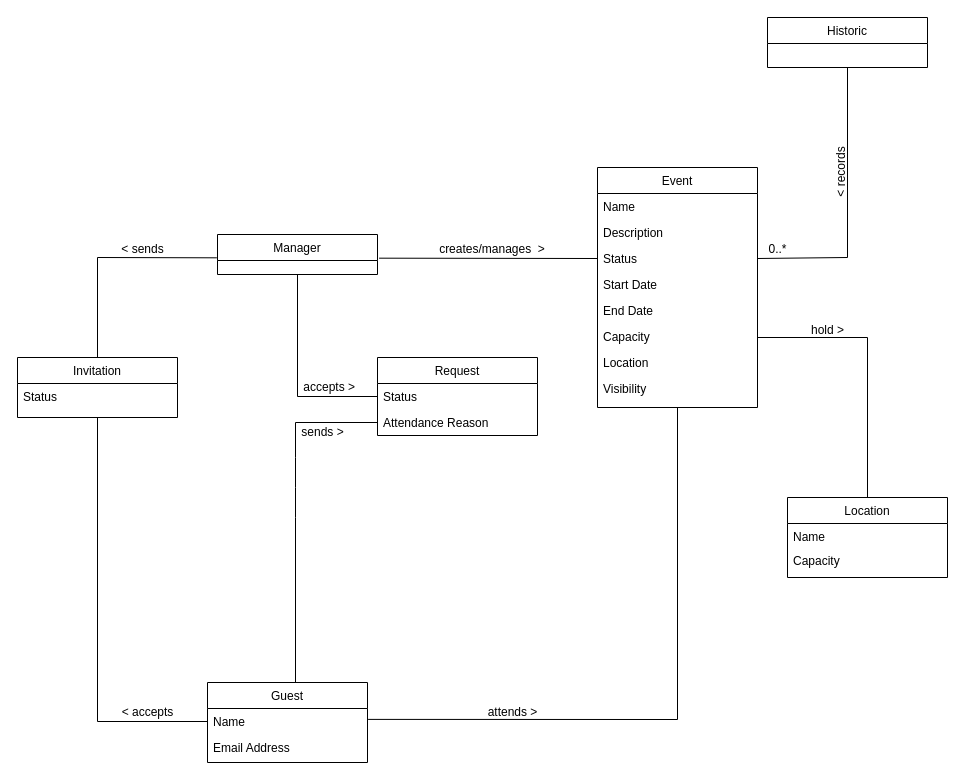
Before: Docs/Assignment1/DCA_Domain_Model.drawio in juskis4/ViaEventAssociation, a draw.io diagram. Source tidied: cells renumbered, new cells numbered last; positions are measured from the earlier drawing's top-left corner, leaving out a move shared by most shapes. Both pictures are drawn from the tidied source at 100%, with x=0, y=0 at pixel (17, 17).
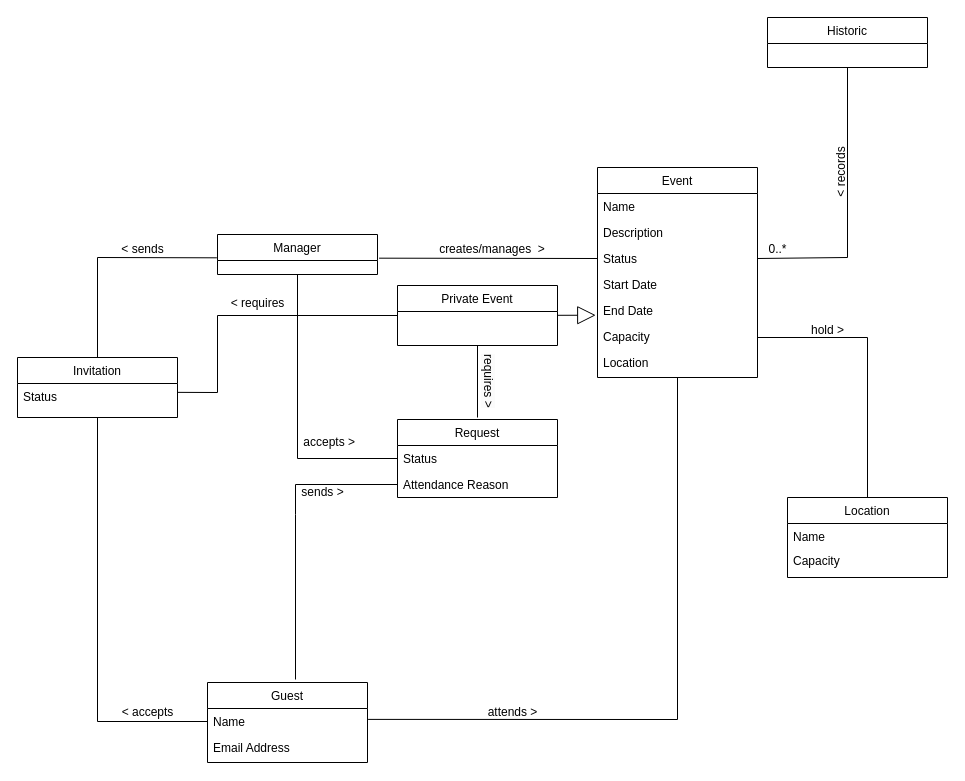
After the change.

Commit message (it also covers changes not shown here):
update domain model

update domain model to have private event for guest and manager assosiation

The change refers to these unchanged cells:
```xml
<mxCell id="5" value="Manager" style="swimlane;fontStyle=0;align=center;verticalAlign=top;horizontal=1;startSize=26;rounded=0;shadow=0;strokeWidth=1;" parent="1" vertex="1">
  <mxGeometry x="200" y="217" width="160" height="40" as="geometry" />
</mxCell>
<mxCell id="7" value="Status" style="text;align=left;verticalAlign=top;spacingLeft=4;spacingRight=4;overflow=hidden;points=[[0,0.5],[1,0.5]];portConstraint=eastwest;" parent="6" vertex="1">
  <mxGeometry y="26" width="160" height="26" as="geometry" />
</mxCell>
<mxCell id="13" value="End Date" style="text;align=left;verticalAlign=top;spacingLeft=4;spacingRight=4;overflow=hidden;points=[[0,0.5],[1,0.5]];portConstraint=eastwest;rounded=0;shadow=0;html=0;" parent="8" vertex="1">
  <mxGeometry y="130" width="160" height="26" as="geometry" />
</mxCell>
<mxCell id="33" value="Status" style="text;align=left;verticalAlign=top;spacingLeft=4;spacingRight=4;overflow=hidden;points=[[0,0.5],[1,0.5]];portConstraint=eastwest;" parent="32" vertex="1">
  <mxGeometry y="26" width="160" height="26" as="geometry" />
</mxCell>
<mxCell id="34" value="Attendance Reason" style="text;align=left;verticalAlign=top;spacingLeft=4;spacingRight=4;overflow=hidden;points=[[0,0.5],[1,0.5]];portConstraint=eastwest;" parent="32" vertex="1">
  <mxGeometry y="52" width="160" height="26" as="geometry" />
</mxCell>
```

Change to the diagram source:
```diff
@@
     <mxCell id="8" value="Event" style="swimlane;fontStyle=0;align=center;verticalAlign=top;horizontal=1;startSize=26;rounded=0;shadow=0;strokeWidth=1;" parent="1" vertex="1">
-      <mxGeometry x="580" y="150" width="160" height="240" as="geometry" />
+      <mxGeometry x="580" y="150" width="160" height="210" as="geometry" />
     </mxCell>
@@
-    <mxCell id="16" value="Visibility" style="text;align=left;verticalAlign=top;spacingLeft=4;spacingRight=4;overflow=hidden;" parent="8" vertex="1">
-      <mxGeometry y="208" width="160" height="26" as="geometry" />
-    </mxCell>
@@
-    <mxCell id="23" style="endArrow=none;html=1;rounded=0;entryX=0.5;entryY=1;entryDx=0;entryDy=0;exitX=1.004;exitY=0.804;exitDx=0;exitDy=0;exitPerimeter=0;" parent="1" edge="1" target="8">
+    <mxCell id="23" style="endArrow=none;html=1;rounded=0;exitX=1.004;exitY=0.804;exitDx=0;exitDy=0;exitPerimeter=0;entryX=0.5;entryY=1;entryDx=0;entryDy=0;" parent="1" edge="1" target="8">
       <mxGeometry relative="1" as="geometry">
         <mxPoint x="350.6" y="701.9" as="sourcePoint" />
         <Array as="points">
           <mxPoint x="660" y="702" />
         </Array>
       </mxGeometry>
     </mxCell>
@@
     <mxCell id="32" value="Request" style="swimlane;fontStyle=0;align=center;verticalAlign=top;horizontal=1;startSize=26;rounded=0;shadow=0;strokeWidth=1;" parent="1" vertex="1">
-      <mxGeometry x="360" y="340" width="160" height="78" as="geometry" />
+      <mxGeometry x="380" y="402" width="160" height="78" as="geometry" />
     </mxCell>
@@
     <mxCell id="35" style="endArrow=none;html=1;rounded=0;exitX=0;exitY=0.5;exitDx=0;exitDy=0;entryX=0.5;entryY=1;entryDx=0;entryDy=0;" parent="1" edge="1" source="33" target="5">
       <mxGeometry relative="1" as="geometry">
         <Array as="points">
-          <mxPoint x="280" y="379" />
+          <mxPoint x="280" y="441" />
         </Array>
       </mxGeometry>
     </mxCell>
     <mxCell id="36" value="&amp;nbsp;accepts &amp;gt;" style="text;html=1;align=center;verticalAlign=middle;strokeColor=none;fillColor=none;rotation=0;" parent="1" vertex="1">
-      <mxGeometry x="270" y="355" width="80" height="30" as="geometry" />
+      <mxGeometry x="270" y="410" width="80" height="30" as="geometry" />
     </mxCell>
     <mxCell id="37" style="endArrow=none;html=1;rounded=0;exitX=0.5;exitY=0;exitDx=0;exitDy=0;entryX=0;entryY=0.5;entryDx=0;entryDy=0;" parent="1" edge="1" target="34">
       <mxGeometry relative="1" as="geometry">
-        <mxPoint x="278" y="665" as="sourcePoint" />
+        <mxPoint x="278" y="662" as="sourcePoint" />
         <Array as="points">
-          <mxPoint x="278" y="500" />
-          <mxPoint x="278" y="470" />
-          <mxPoint x="278" y="440" />
-          <mxPoint x="278" y="405" />
+          <mxPoint x="278" y="497" />
+          <mxPoint x="278" y="467" />
         </Array>
       </mxGeometry>
     </mxCell>
     <mxCell id="38" value="sends &amp;gt;" style="text;html=1;align=center;verticalAlign=middle;strokeColor=none;fillColor=none;" parent="1" vertex="1">
-      <mxGeometry x="270" y="400" width="70" height="30" as="geometry" />
+      <mxGeometry x="270" y="460" width="70" height="30" as="geometry" />
     </mxCell>
@@
+    <mxCell id="41" value="Private Event" style="swimlane;fontStyle=0;align=center;verticalAlign=top;horizontal=1;startSize=26;rounded=0;shadow=0;strokeWidth=1;" parent="1" vertex="1">
+      <mxGeometry x="380" y="268" width="160" height="60" as="geometry" />
+    </mxCell>
+    <mxCell id="42" style="endArrow=block;endSize=16;endFill=0;html=1;rounded=0;entryX=-0.011;entryY=0.681;entryDx=0;entryDy=0;entryPerimeter=0;" parent="1" edge="1" source="41" target="13">
+      <mxGeometry relative="1" as="geometry" />
+    </mxCell>
+    <mxCell id="43" style="endArrow=none;html=1;rounded=0;entryX=0;entryY=0.5;entryDx=0;entryDy=0;exitX=1;exitY=0.341;exitDx=0;exitDy=0;exitPerimeter=0;" parent="1" edge="1" source="7" target="41">
+      <mxGeometry relative="1" as="geometry">
+        <Array as="points">
+          <mxPoint x="200" y="375" />
+          <mxPoint x="200" y="298" />
+        </Array>
+      </mxGeometry>
+    </mxCell>
+    <mxCell id="44" style="endArrow=none;html=1;rounded=0;entryX=0.5;entryY=1;entryDx=0;entryDy=0;" parent="1" edge="1" target="41">
+      <mxGeometry relative="1" as="geometry">
+        <mxPoint x="460" y="400" as="sourcePoint" />
+      </mxGeometry>
+    </mxCell>
+    <mxCell id="45" value="&amp;lt; requires" style="text;html=1;align=center;verticalAlign=middle;strokeColor=none;fillColor=none;" parent="1" vertex="1">
+      <mxGeometry x="200" y="271" width="80" height="30" as="geometry" />
+    </mxCell>
+    <mxCell id="46" value="&lt;span style=&quot;color: rgb(0, 0, 0); font-family: Helvetica; font-size: 12px; font-style: normal; font-variant-ligatures: normal; font-variant-caps: normal; font-weight: 400; letter-spacing: normal; orphans: 2; text-align: center; text-indent: 0px; text-transform: none; widows: 2; word-spacing: 0px; -webkit-text-stroke-width: 0px; background-color: rgb(251, 251, 251); text-decoration-thickness: initial; text-decoration-style: initial; text-decoration-color: initial; float: none; display: inline !important;&quot;&gt;requires &amp;gt;&lt;/span&gt;" style="text;whiteSpace=wrap;html=1;rotation=90;" parent="1" vertex="1">
+      <mxGeometry x="420" y="360" width="90" height="40" as="geometry" />
+    </mxCell>
```
